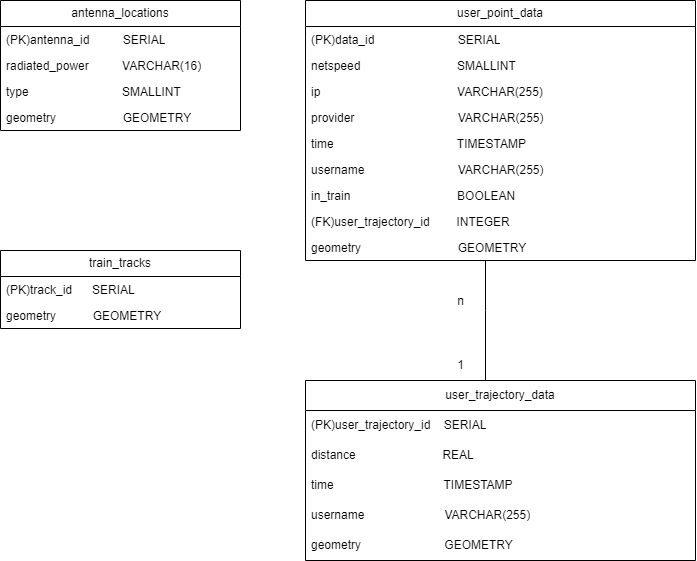
The draw.io diagram database/UML.png in Sinrai/GTA_2023_Project, before a commit. Source tidied: cells renumbered, new cells last; positions are measured from the earlier drawing's top-left corner, leaving out a move shared by most shapes.
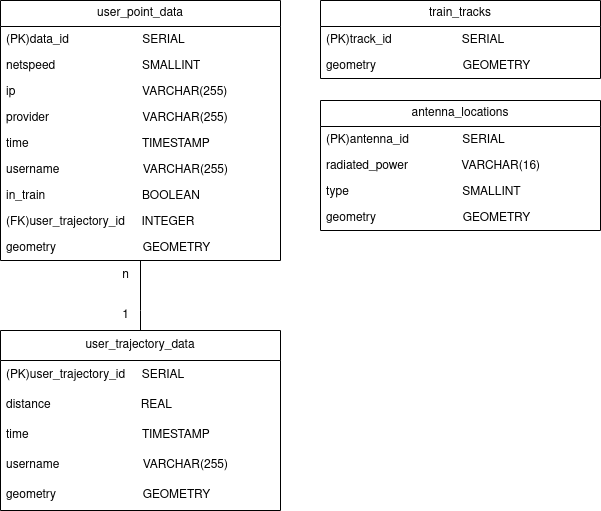
Later version of the same file.

Commit message:
Adjusted UML diag

Diff of the diagram source:
```diff
@@ -3,90 +3,92 @@
     <mxCell id="0" />
     <mxCell id="1" parent="0" />
     <mxCell id="2" value="antenna_locations" style="swimlane;fontStyle=0;horizontal=1;startSize=26;fillColor=none;whiteSpace=wrap;html=1;" parent="1" vertex="1">
-      <mxGeometry width="240" height="130" as="geometry" />
+      <mxGeometry x="265" y="20" width="280" height="130" as="geometry" />
     </mxCell>
-    <mxCell id="3" value="(PK)antenna_id&amp;nbsp; &amp;nbsp; &amp;nbsp; &amp;nbsp; &amp;nbsp; SERIAL" style="text;strokeColor=none;fillColor=none;align=left;verticalAlign=top;spacingLeft=4;spacingRight=4;overflow=hidden;whiteSpace=wrap;html=1;" parent="2" vertex="1">
-      <mxGeometry y="26" width="240" height="26" as="geometry" />
+    <mxCell id="3" value="(PK)antenna_id&amp;nbsp; &amp;nbsp; &amp;nbsp; &amp;nbsp; &amp;nbsp; &amp;nbsp; &amp;nbsp; &amp;nbsp; SERIAL" style="text;strokeColor=none;fillColor=none;align=left;verticalAlign=top;spacingLeft=4;spacingRight=4;overflow=hidden;whiteSpace=wrap;html=1;" parent="2" vertex="1">
+      <mxGeometry y="26" width="280" height="26" as="geometry" />
     </mxCell>
-    <mxCell id="4" value="radiated_power&amp;nbsp; &amp;nbsp; &amp;nbsp; &amp;nbsp; &amp;nbsp; VARCHAR(16)" style="text;strokeColor=none;fillColor=none;align=left;verticalAlign=top;spacingLeft=4;spacingRight=4;overflow=hidden;whiteSpace=wrap;html=1;" parent="2" vertex="1">
-      <mxGeometry y="52" width="240" height="26" as="geometry" />
+    <mxCell id="4" value="radiated_power&amp;nbsp; &amp;nbsp; &amp;nbsp; &amp;nbsp; &amp;nbsp; &amp;nbsp; &amp;nbsp;&amp;nbsp;&amp;nbsp; VARCHAR(16)" style="text;strokeColor=none;fillColor=none;align=left;verticalAlign=top;spacingLeft=4;spacingRight=4;overflow=hidden;whiteSpace=wrap;html=1;" parent="2" vertex="1">
+      <mxGeometry y="52" width="280" height="26" as="geometry" />
     </mxCell>
-    <mxCell id="5" value="type&amp;nbsp; &amp;nbsp; &amp;nbsp; &amp;nbsp; &amp;nbsp; &amp;nbsp; &amp;nbsp; &amp;nbsp; &amp;nbsp; &amp;nbsp; &amp;nbsp; &amp;nbsp; &amp;nbsp; &amp;nbsp; SMALLINT&lt;br&gt;" style="text;strokeColor=none;fillColor=none;align=left;verticalAlign=top;spacingLeft=4;spacingRight=4;overflow=hidden;whiteSpace=wrap;html=1;" parent="2" vertex="1">
-      <mxGeometry y="78" width="240" height="26" as="geometry" />
+    <mxCell id="5" value="type&amp;nbsp; &amp;nbsp; &amp;nbsp; &amp;nbsp; &amp;nbsp; &amp;nbsp; &amp;nbsp; &amp;nbsp; &amp;nbsp; &amp;nbsp; &amp;nbsp; &amp;nbsp; &amp;nbsp; &amp;nbsp; &amp;nbsp; &amp;nbsp; &amp;nbsp; SMALLINT" style="text;strokeColor=none;fillColor=none;align=left;verticalAlign=top;spacingLeft=4;spacingRight=4;overflow=hidden;whiteSpace=wrap;html=1;" parent="2" vertex="1">
+      <mxGeometry y="78" width="280" height="26" as="geometry" />
     </mxCell>
-    <mxCell id="6" value="geometry&amp;nbsp; &amp;nbsp; &amp;nbsp; &amp;nbsp; &amp;nbsp; &amp;nbsp; &amp;nbsp; &amp;nbsp; &amp;nbsp; &amp;nbsp; GEOMETRY" style="text;strokeColor=none;fillColor=none;align=left;verticalAlign=top;spacingLeft=4;spacingRight=4;overflow=hidden;whiteSpace=wrap;html=1;" parent="2" vertex="1">
-      <mxGeometry y="104" width="240" height="26" as="geometry" />
+    <mxCell id="6" value="geometry&amp;nbsp; &amp;nbsp; &amp;nbsp; &amp;nbsp; &amp;nbsp; &amp;nbsp; &amp;nbsp; &amp;nbsp; &amp;nbsp; &amp;nbsp; &amp;nbsp; &amp;nbsp; &amp;nbsp; GEOMETRY" style="text;strokeColor=none;fillColor=none;align=left;verticalAlign=top;spacingLeft=4;spacingRight=4;overflow=hidden;whiteSpace=wrap;html=1;" parent="2" vertex="1">
+      <mxGeometry y="104" width="280" height="26" as="geometry" />
     </mxCell>
     <mxCell id="7" value="train_tracks" style="swimlane;fontStyle=0;horizontal=1;startSize=26;fillColor=none;whiteSpace=wrap;html=1;" parent="1" vertex="1">
-      <mxGeometry y="250" width="240" height="78" as="geometry" />
+      <mxGeometry x="265" y="-80" width="280" height="78" as="geometry" />
     </mxCell>
-    <mxCell id="8" value="(PK)track_id&amp;nbsp; &amp;nbsp; &amp;nbsp; SERIAL" style="text;strokeColor=none;fillColor=none;align=left;verticalAlign=top;spacingLeft=4;spacingRight=4;overflow=hidden;whiteSpace=wrap;html=1;" parent="7" vertex="1">
-      <mxGeometry y="26" width="240" height="26" as="geometry" />
+    <mxCell id="8" value="(PK)track_id&amp;nbsp; &amp;nbsp; &amp;nbsp;&amp;nbsp;&amp;nbsp;&amp;nbsp;&amp;nbsp;&amp;nbsp;&amp;nbsp;&amp;nbsp;&amp;nbsp;&amp;nbsp;&amp;nbsp;&amp;nbsp;&amp;nbsp;&amp;nbsp;&amp;nbsp;&amp;nbsp; SERIAL" style="text;strokeColor=none;fillColor=none;align=left;verticalAlign=top;spacingLeft=4;spacingRight=4;overflow=hidden;whiteSpace=wrap;html=1;" parent="7" vertex="1">
+      <mxGeometry y="26" width="280" height="26" as="geometry" />
     </mxCell>
-    <mxCell id="9" value="geometry&amp;nbsp; &amp;nbsp; &amp;nbsp; &amp;nbsp; &amp;nbsp; &amp;nbsp;GEOMETRY" style="text;strokeColor=none;fillColor=none;align=left;verticalAlign=top;spacingLeft=4;spacingRight=4;overflow=hidden;whiteSpace=wrap;html=1;" parent="7" vertex="1">
-      <mxGeometry y="52" width="240" height="26" as="geometry" />
+    <mxCell id="9" value="geometry&amp;nbsp; &amp;nbsp; &amp;nbsp; &amp;nbsp; &amp;nbsp; &amp;nbsp; &amp;nbsp; &amp;nbsp; &amp;nbsp; &amp;nbsp; &amp;nbsp; &amp;nbsp; &amp;nbsp; GEOMETRY" style="text;strokeColor=none;fillColor=none;align=left;verticalAlign=top;spacingLeft=4;spacingRight=4;overflow=hidden;whiteSpace=wrap;html=1;" parent="7" vertex="1">
+      <mxGeometry y="52" width="280" height="26" as="geometry" />
     </mxCell>
-    <mxCell id="10" style="edgeStyle=orthogonalEdgeStyle;rounded=0;jettySize=auto;html=1;endArrow=none;endFill=0;" parent="1" edge="1" source="11" target="23">
+    <mxCell id="10" style="edgeStyle=orthogonalEdgeStyle;rounded=0;orthogonalLoop=1;jettySize=auto;html=1;endArrow=none;endFill=0;" parent="1" edge="1">
       <mxGeometry relative="1" as="geometry">
+        <mxPoint x="85" y="180" as="sourcePoint" />
+        <mxPoint x="85" y="250" as="targetPoint" />
         <Array as="points">
-          <mxPoint x="485" y="310" />
-          <mxPoint x="485" y="310" />
+          <mxPoint x="85" y="230" />
+          <mxPoint x="85" y="230" />
         </Array>
       </mxGeometry>
     </mxCell>
     <mxCell id="11" value="user_point_data" style="swimlane;fontStyle=0;horizontal=1;startSize=26;fillColor=none;whiteSpace=wrap;html=1;" parent="1" vertex="1">
-      <mxGeometry x="305" width="390" height="260" as="geometry" />
+      <mxGeometry x="-55" y="-80" width="280" height="260" as="geometry" />
     </mxCell>
-    <mxCell id="12" value="(PK)data_id&amp;nbsp; &amp;nbsp; &amp;nbsp; &amp;nbsp; &amp;nbsp; &amp;nbsp; &amp;nbsp; &amp;nbsp; &amp;nbsp; &amp;nbsp; &amp;nbsp; &amp;nbsp; &amp;nbsp;SERIAL" style="text;strokeColor=none;fillColor=none;align=left;verticalAlign=top;spacingLeft=4;spacingRight=4;overflow=hidden;whiteSpace=wrap;html=1;" parent="11" vertex="1">
-      <mxGeometry y="26" width="390" height="26" as="geometry" />
+    <mxCell id="12" value="(PK)data_id&amp;nbsp; &amp;nbsp; &amp;nbsp; &amp;nbsp; &amp;nbsp; &amp;nbsp; &amp;nbsp; &amp;nbsp; &amp;nbsp; &amp;nbsp;&amp;nbsp;&amp;nbsp; SERIAL" style="text;strokeColor=none;fillColor=none;align=left;verticalAlign=top;spacingLeft=4;spacingRight=4;overflow=hidden;whiteSpace=wrap;html=1;" parent="11" vertex="1">
+      <mxGeometry y="26" width="280" height="26" as="geometry" />
     </mxCell>
-    <mxCell id="13" value="netspeed&amp;nbsp; &amp;nbsp; &amp;nbsp; &amp;nbsp; &amp;nbsp; &amp;nbsp; &amp;nbsp; &amp;nbsp; &amp;nbsp; &amp;nbsp; &amp;nbsp; &amp;nbsp; &amp;nbsp; &amp;nbsp; &amp;nbsp;SMALLINT" style="text;strokeColor=none;fillColor=none;align=left;verticalAlign=top;spacingLeft=4;spacingRight=4;overflow=hidden;whiteSpace=wrap;html=1;" parent="11" vertex="1">
-      <mxGeometry y="52" width="390" height="26" as="geometry" />
+    <mxCell id="13" value="netspeed&amp;nbsp; &amp;nbsp; &amp;nbsp; &amp;nbsp; &amp;nbsp; &amp;nbsp; &amp;nbsp; &amp;nbsp; &amp;nbsp; &amp;nbsp; &amp;nbsp; &amp;nbsp;&amp;nbsp;&amp;nbsp; SMALLINT" style="text;strokeColor=none;fillColor=none;align=left;verticalAlign=top;spacingLeft=4;spacingRight=4;overflow=hidden;whiteSpace=wrap;html=1;" parent="11" vertex="1">
+      <mxGeometry y="52" width="280" height="26" as="geometry" />
     </mxCell>
-    <mxCell id="14" value="ip&amp;nbsp; &amp;nbsp; &amp;nbsp; &amp;nbsp; &amp;nbsp; &amp;nbsp; &amp;nbsp; &amp;nbsp; &amp;nbsp; &amp;nbsp; &amp;nbsp; &amp;nbsp; &amp;nbsp; &amp;nbsp; &amp;nbsp; &amp;nbsp; &amp;nbsp; &amp;nbsp; &amp;nbsp; &amp;nbsp; &amp;nbsp;VARCHAR(255)" style="text;strokeColor=none;fillColor=none;align=left;verticalAlign=top;spacingLeft=4;spacingRight=4;overflow=hidden;whiteSpace=wrap;html=1;" parent="11" vertex="1">
-      <mxGeometry y="78" width="390" height="26" as="geometry" />
+    <mxCell id="14" value="ip&amp;nbsp; &amp;nbsp; &amp;nbsp; &amp;nbsp; &amp;nbsp; &amp;nbsp; &amp;nbsp; &amp;nbsp; &amp;nbsp; &amp;nbsp; &amp;nbsp; &amp;nbsp; &amp;nbsp; &amp;nbsp; &amp;nbsp; &amp;nbsp; &amp;nbsp; &amp;nbsp; &amp;nbsp; VARCHAR(255)" style="text;strokeColor=none;fillColor=none;align=left;verticalAlign=top;spacingLeft=4;spacingRight=4;overflow=hidden;whiteSpace=wrap;html=1;" parent="11" vertex="1">
+      <mxGeometry y="78" width="280" height="26" as="geometry" />
     </mxCell>
-    <mxCell id="15" value="provider&amp;nbsp; &amp;nbsp; &amp;nbsp; &amp;nbsp; &amp;nbsp; &amp;nbsp; &amp;nbsp; &amp;nbsp; &amp;nbsp; &amp;nbsp; &amp;nbsp; &amp;nbsp; &amp;nbsp; &amp;nbsp; &amp;nbsp; &amp;nbsp;VARCHAR(255)" style="text;strokeColor=none;fillColor=none;align=left;verticalAlign=top;spacingLeft=4;spacingRight=4;overflow=hidden;whiteSpace=wrap;html=1;" parent="11" vertex="1">
-      <mxGeometry y="104" width="390" height="26" as="geometry" />
+    <mxCell id="15" value="provider&amp;nbsp; &amp;nbsp; &amp;nbsp; &amp;nbsp; &amp;nbsp; &amp;nbsp; &amp;nbsp; &amp;nbsp; &amp;nbsp; &amp;nbsp; &amp;nbsp; &amp;nbsp; &amp;nbsp; &amp;nbsp; VARCHAR(255)" style="text;strokeColor=none;fillColor=none;align=left;verticalAlign=top;spacingLeft=4;spacingRight=4;overflow=hidden;whiteSpace=wrap;html=1;" parent="11" vertex="1">
+      <mxGeometry y="104" width="280" height="26" as="geometry" />
     </mxCell>
-    <mxCell id="16" value="time&amp;nbsp; &amp;nbsp; &amp;nbsp; &amp;nbsp; &amp;nbsp; &amp;nbsp; &amp;nbsp; &amp;nbsp; &amp;nbsp; &amp;nbsp; &amp;nbsp; &amp;nbsp; &amp;nbsp; &amp;nbsp; &amp;nbsp; &amp;nbsp; &amp;nbsp; &amp;nbsp; &amp;nbsp;TIMESTAMP" style="text;strokeColor=none;fillColor=none;align=left;verticalAlign=top;spacingLeft=4;spacingRight=4;overflow=hidden;whiteSpace=wrap;html=1;" parent="11" vertex="1">
-      <mxGeometry y="130" width="390" height="26" as="geometry" />
+    <mxCell id="16" value="time&amp;nbsp; &amp;nbsp; &amp;nbsp; &amp;nbsp; &amp;nbsp; &amp;nbsp; &amp;nbsp; &amp;nbsp; &amp;nbsp; &amp;nbsp; &amp;nbsp; &amp;nbsp; &amp;nbsp; &amp;nbsp; &amp;nbsp; &amp;nbsp; &amp;nbsp; TIMESTAMP" style="text;strokeColor=none;fillColor=none;align=left;verticalAlign=top;spacingLeft=4;spacingRight=4;overflow=hidden;whiteSpace=wrap;html=1;" parent="11" vertex="1">
+      <mxGeometry y="130" width="280" height="26" as="geometry" />
     </mxCell>
-    <mxCell id="17" value="username&amp;nbsp; &amp;nbsp; &amp;nbsp; &amp;nbsp; &amp;nbsp; &amp;nbsp; &amp;nbsp; &amp;nbsp; &amp;nbsp; &amp;nbsp; &amp;nbsp; &amp;nbsp; &amp;nbsp; &amp;nbsp; VARCHAR(255)&amp;nbsp;" style="text;strokeColor=none;fillColor=none;align=left;verticalAlign=top;spacingLeft=4;spacingRight=4;overflow=hidden;whiteSpace=wrap;html=1;" parent="11" vertex="1">
-      <mxGeometry y="156" width="390" height="26" as="geometry" />
+    <mxCell id="17" value="username&amp;nbsp; &amp;nbsp; &amp;nbsp; &amp;nbsp; &amp;nbsp; &amp;nbsp; &amp;nbsp; &amp;nbsp; &amp;nbsp; &amp;nbsp; &amp;nbsp; &amp;nbsp;&amp;nbsp; VARCHAR(255)&amp;nbsp;" style="text;strokeColor=none;fillColor=none;align=left;verticalAlign=top;spacingLeft=4;spacingRight=4;overflow=hidden;whiteSpace=wrap;html=1;" parent="11" vertex="1">
+      <mxGeometry y="156" width="280" height="26" as="geometry" />
     </mxCell>
-    <mxCell id="18" value="in_train&amp;nbsp; &amp;nbsp; &amp;nbsp; &amp;nbsp; &amp;nbsp; &amp;nbsp; &amp;nbsp; &amp;nbsp; &amp;nbsp; &amp;nbsp; &amp;nbsp; &amp;nbsp; &amp;nbsp; &amp;nbsp; &amp;nbsp; &amp;nbsp; BOOLEAN" style="text;strokeColor=none;fillColor=none;align=left;verticalAlign=top;spacingLeft=4;spacingRight=4;overflow=hidden;whiteSpace=wrap;html=1;" parent="11" vertex="1">
-      <mxGeometry y="182" width="390" height="26" as="geometry" />
+    <mxCell id="18" value="in_train&amp;nbsp; &amp;nbsp; &amp;nbsp; &amp;nbsp; &amp;nbsp; &amp;nbsp; &amp;nbsp; &amp;nbsp; &amp;nbsp; &amp;nbsp; &amp;nbsp; &amp;nbsp; &amp;nbsp; &amp;nbsp;&amp;nbsp; BOOLEAN" style="text;strokeColor=none;fillColor=none;align=left;verticalAlign=top;spacingLeft=4;spacingRight=4;overflow=hidden;whiteSpace=wrap;html=1;" parent="11" vertex="1">
+      <mxGeometry y="182" width="280" height="26" as="geometry" />
     </mxCell>
-    <mxCell id="19" value="(FK)user_trajectory_id&amp;nbsp; &amp;nbsp; &amp;nbsp; &amp;nbsp; INTEGER" style="text;strokeColor=none;fillColor=none;align=left;verticalAlign=top;spacingLeft=4;spacingRight=4;overflow=hidden;whiteSpace=wrap;html=1;" parent="11" vertex="1">
-      <mxGeometry y="208" width="390" height="26" as="geometry" />
+    <mxCell id="19" value="(FK)user_trajectory_id&amp;nbsp; &amp;nbsp;&amp;nbsp; INTEGER" style="text;strokeColor=none;fillColor=none;align=left;verticalAlign=top;spacingLeft=4;spacingRight=4;overflow=hidden;whiteSpace=wrap;html=1;" parent="11" vertex="1">
+      <mxGeometry y="208" width="280" height="26" as="geometry" />
     </mxCell>
-    <mxCell id="20" value="geometry&amp;nbsp; &amp;nbsp; &amp;nbsp; &amp;nbsp; &amp;nbsp; &amp;nbsp; &amp;nbsp; &amp;nbsp; &amp;nbsp; &amp;nbsp; &amp;nbsp; &amp;nbsp; &amp;nbsp; &amp;nbsp; &amp;nbsp;GEOMETRY" style="text;strokeColor=none;fillColor=none;align=left;verticalAlign=top;spacingLeft=4;spacingRight=4;overflow=hidden;whiteSpace=wrap;html=1;" parent="11" vertex="1">
-      <mxGeometry y="234" width="390" height="26" as="geometry" />
+    <mxCell id="20" value="geometry&amp;nbsp; &amp;nbsp; &amp;nbsp; &amp;nbsp; &amp;nbsp; &amp;nbsp; &amp;nbsp; &amp;nbsp; &amp;nbsp; &amp;nbsp; &amp;nbsp; &amp;nbsp; &amp;nbsp; GEOMETRY" style="text;strokeColor=none;fillColor=none;align=left;verticalAlign=top;spacingLeft=4;spacingRight=4;overflow=hidden;whiteSpace=wrap;html=1;" parent="11" vertex="1">
+      <mxGeometry y="234" width="280" height="26" as="geometry" />
     </mxCell>
     <mxCell id="21" value="n" style="text;html=1;align=center;verticalAlign=middle;strokeColor=none;fillColor=none;rotation=0;" parent="1" vertex="1">
-      <mxGeometry x="445" y="286" width="30" height="30" as="geometry" />
+      <mxGeometry x="55" y="180" width="30" height="30" as="geometry" />
     </mxCell>
     <mxCell id="22" value="1" style="text;html=1;align=center;verticalAlign=middle;strokeColor=none;fillColor=none;" parent="1" vertex="1">
-      <mxGeometry x="445" y="350" width="30" height="30" as="geometry" />
+      <mxGeometry x="55" y="220" width="30" height="30" as="geometry" />
     </mxCell>
     <mxCell id="23" value="user_trajectory_data" style="swimlane;fontStyle=0;horizontal=1;startSize=30;whiteSpace=wrap;html=1;fillColor=none;" parent="1" vertex="1">
-      <mxGeometry x="305" y="380" width="390" height="180" as="geometry" />
+      <mxGeometry x="-55" y="250" width="280" height="180" as="geometry" />
     </mxCell>
-    <mxCell id="24" value="(PK)user_trajectory_id&amp;nbsp; &amp;nbsp; SERIAL" style="text;strokeColor=none;fillColor=none;align=left;verticalAlign=middle;spacingLeft=4;spacingRight=4;overflow=hidden;whiteSpace=wrap;html=1;" parent="23" vertex="1">
-      <mxGeometry y="30" width="390" height="30" as="geometry" />
+    <mxCell id="24" value="(PK)user_trajectory_id&amp;nbsp; &amp;nbsp;&amp;nbsp; SERIAL" style="text;strokeColor=none;fillColor=none;align=left;verticalAlign=middle;spacingLeft=4;spacingRight=4;overflow=hidden;whiteSpace=wrap;html=1;" parent="23" vertex="1">
+      <mxGeometry y="30" width="280" height="30" as="geometry" />
     </mxCell>
-    <mxCell id="25" value="distance&amp;nbsp; &amp;nbsp; &amp;nbsp; &amp;nbsp; &amp;nbsp; &amp;nbsp; &amp;nbsp; &amp;nbsp; &amp;nbsp; &amp;nbsp; &amp;nbsp; &amp;nbsp; &amp;nbsp; REAL" style="text;strokeColor=none;fillColor=none;align=left;verticalAlign=middle;spacingLeft=4;spacingRight=4;overflow=hidden;whiteSpace=wrap;html=1;" parent="23" vertex="1">
-      <mxGeometry y="60" width="390" height="30" as="geometry" />
+    <mxCell id="25" value="distance&amp;nbsp; &amp;nbsp; &amp;nbsp; &amp;nbsp; &amp;nbsp; &amp;nbsp; &amp;nbsp; &amp;nbsp; &amp;nbsp; &amp;nbsp; &amp;nbsp; &amp;nbsp;&amp;nbsp; &amp;nbsp; REAL" style="text;strokeColor=none;fillColor=none;align=left;verticalAlign=middle;spacingLeft=4;spacingRight=4;overflow=hidden;whiteSpace=wrap;html=1;" parent="23" vertex="1">
+      <mxGeometry y="60" width="280" height="30" as="geometry" />
     </mxCell>
-    <mxCell id="26" value="time&amp;nbsp; &amp;nbsp; &amp;nbsp; &amp;nbsp; &amp;nbsp; &amp;nbsp; &amp;nbsp; &amp;nbsp; &amp;nbsp; &amp;nbsp; &amp;nbsp; &amp;nbsp; &amp;nbsp; &amp;nbsp; &amp;nbsp; &amp;nbsp; &amp;nbsp;TIMESTAMP" style="text;strokeColor=none;fillColor=none;align=left;verticalAlign=middle;spacingLeft=4;spacingRight=4;overflow=hidden;whiteSpace=wrap;html=1;" parent="23" vertex="1">
-      <mxGeometry y="90" width="390" height="30" as="geometry" />
+    <mxCell id="26" value="time&amp;nbsp; &amp;nbsp; &amp;nbsp; &amp;nbsp; &amp;nbsp; &amp;nbsp; &amp;nbsp; &amp;nbsp; &amp;nbsp; &amp;nbsp; &amp;nbsp; &amp;nbsp; &amp;nbsp; &amp;nbsp; &amp;nbsp; &amp;nbsp; &amp;nbsp; TIMESTAMP" style="text;strokeColor=none;fillColor=none;align=left;verticalAlign=middle;spacingLeft=4;spacingRight=4;overflow=hidden;whiteSpace=wrap;html=1;" parent="23" vertex="1">
+      <mxGeometry y="90" width="280" height="30" as="geometry" />
     </mxCell>
-    <mxCell id="27" value="username&amp;nbsp; &amp;nbsp; &amp;nbsp; &amp;nbsp; &amp;nbsp; &amp;nbsp; &amp;nbsp; &amp;nbsp; &amp;nbsp; &amp;nbsp; &amp;nbsp; &amp;nbsp; VARCHAR(255)" style="text;strokeColor=none;fillColor=none;align=left;verticalAlign=middle;spacingLeft=4;spacingRight=4;overflow=hidden;whiteSpace=wrap;html=1;" parent="23" vertex="1">
-      <mxGeometry y="120" width="390" height="30" as="geometry" />
+    <mxCell id="27" value="username&amp;nbsp; &amp;nbsp; &amp;nbsp; &amp;nbsp; &amp;nbsp; &amp;nbsp; &amp;nbsp; &amp;nbsp; &amp;nbsp; &amp;nbsp; &amp;nbsp; &amp;nbsp;&amp;nbsp; VARCHAR(255)" style="text;strokeColor=none;fillColor=none;align=left;verticalAlign=middle;spacingLeft=4;spacingRight=4;overflow=hidden;whiteSpace=wrap;html=1;" parent="23" vertex="1">
+      <mxGeometry y="120" width="280" height="30" as="geometry" />
     </mxCell>
-    <mxCell id="28" value="geometry&amp;nbsp; &amp;nbsp; &amp;nbsp; &amp;nbsp; &amp;nbsp; &amp;nbsp; &amp;nbsp; &amp;nbsp; &amp;nbsp; &amp;nbsp; &amp;nbsp; &amp;nbsp; &amp;nbsp;GEOMETRY" style="text;strokeColor=none;fillColor=none;align=left;verticalAlign=middle;spacingLeft=4;spacingRight=4;overflow=hidden;whiteSpace=wrap;html=1;" parent="23" vertex="1">
-      <mxGeometry y="150" width="390" height="30" as="geometry" />
+    <mxCell id="28" value="geometry&amp;nbsp; &amp;nbsp; &amp;nbsp; &amp;nbsp; &amp;nbsp; &amp;nbsp; &amp;nbsp; &amp;nbsp; &amp;nbsp; &amp;nbsp; &amp;nbsp; &amp;nbsp;&amp;nbsp;&amp;nbsp; GEOMETRY" style="text;strokeColor=none;fillColor=none;align=left;verticalAlign=middle;spacingLeft=4;spacingRight=4;overflow=hidden;whiteSpace=wrap;html=1;" parent="23" vertex="1">
+      <mxGeometry y="150" width="280" height="30" as="geometry" />
     </mxCell>
   </root>
 </mxGraphModel>
```
